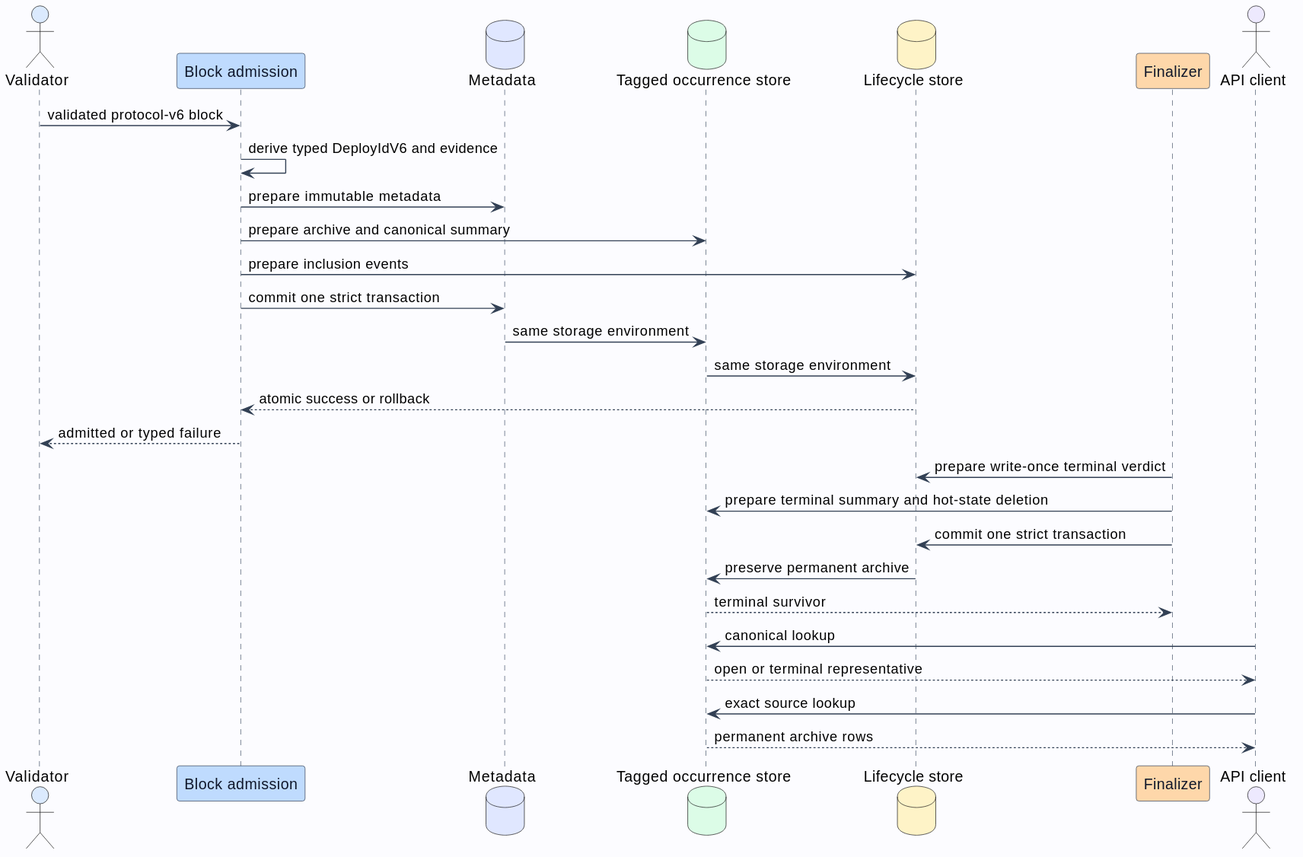
Before: docs/casper/theory/deploy-occurrence/diagrams/02-occurrence-storage-flow.svg, a diagram exported from PlantUML (F1R3FLY-io/f1r3node-rust). Its diagram source:
```plantuml
@startuml
skinparam backgroundColor #FCFCFF
skinparam shadowing false
skinparam sequence {
  ArrowColor #334155
  LifeLineBorderColor #475569
  LifeLineBackgroundColor #F8FAFC
  ParticipantBorderColor #334155
  ParticipantFontColor #0F172A
}

actor "Validator" as Validator #DBEAFE
participant "Block admission" as Admission #BFDBFE
database "Metadata" as Metadata #E0E7FF
database "Tagged occurrence store" as Occurrence #DCFCE7
database "Lifecycle store" as Lifecycle #FEF3C7
participant "Finalizer" as Finalizer #FED7AA
actor "API client" as Client #EDE9FE

Validator -> Admission: validated protocol-v6 block
Admission -> Admission: derive typed DeployIdV6 and evidence
Admission -> Metadata: prepare immutable metadata
Admission -> Occurrence: prepare archive and canonical summary
Admission -> Lifecycle: prepare inclusion events
Admission -> Metadata: commit one strict transaction
Metadata -> Occurrence: same storage environment
Occurrence -> Lifecycle: same storage environment
Lifecycle --> Admission: atomic success or rollback
Admission --> Validator: admitted or typed failure

Finalizer -> Lifecycle: prepare write-once terminal verdict
Finalizer -> Occurrence: prepare terminal summary and hot-state deletion
Finalizer -> Lifecycle: commit one strict transaction
Lifecycle -> Occurrence: preserve permanent archive
Occurrence --> Finalizer: terminal survivor

Client -> Occurrence: canonical lookup
Occurrence --> Client: open or terminal representative
Client -> Occurrence: exact source lookup
Occurrence --> Client: permanent archive rows
@enduml
```
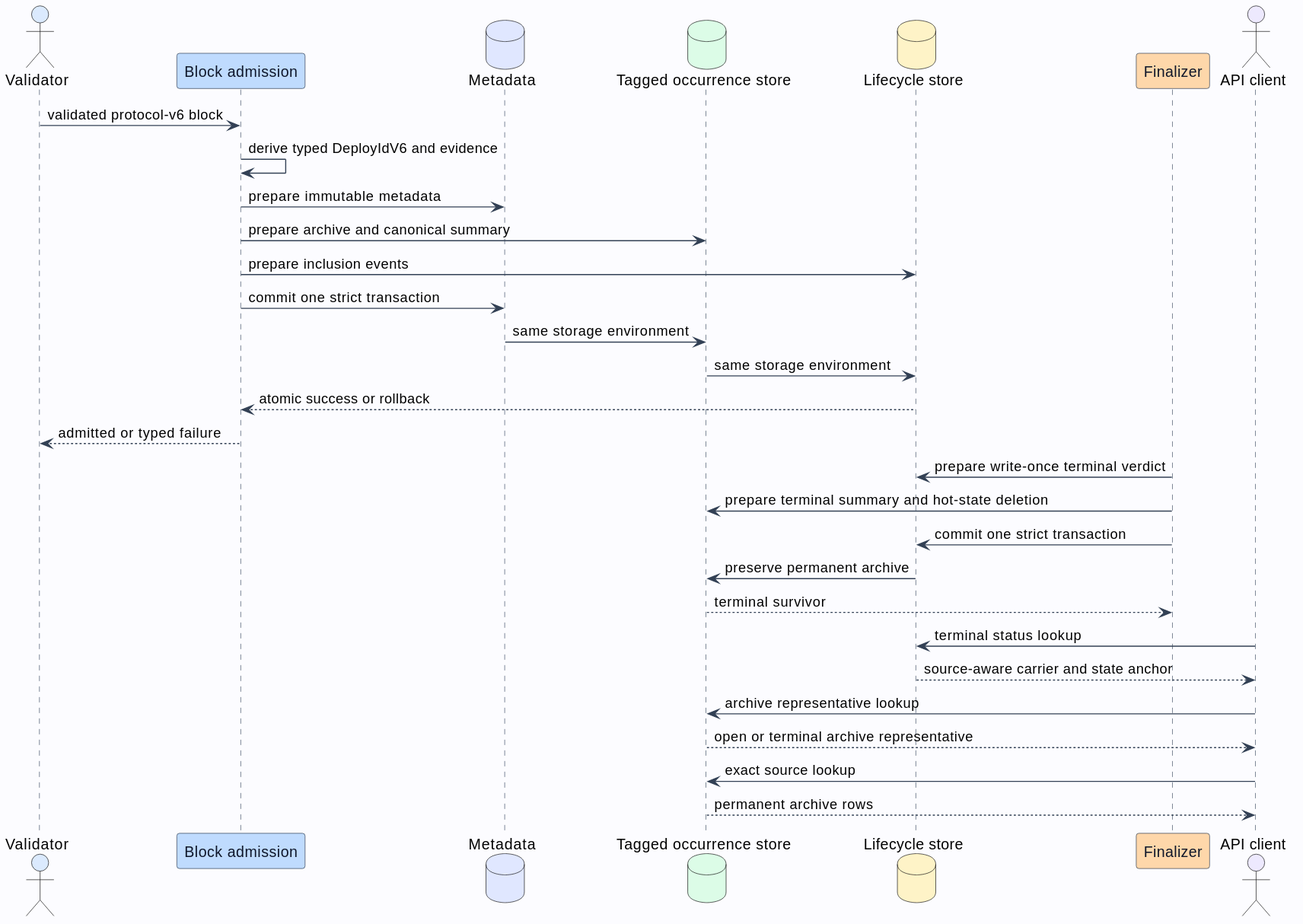
The same file after the commit.

What changed in the source:
```diff
@@ -34,8 +34,10 @@
 Lifecycle -> Occurrence: preserve permanent archive
 Occurrence --> Finalizer: terminal survivor
 
-Client -> Occurrence: canonical lookup
-Occurrence --> Client: open or terminal representative
+Client -> Lifecycle: terminal status lookup
+Lifecycle --> Client: source-aware carrier and state anchor
+Client -> Occurrence: archive representative lookup
+Occurrence --> Client: open or terminal archive representative
 Client -> Occurrence: exact source lookup
 Occurrence --> Client: permanent archive rows
 @enduml
```
